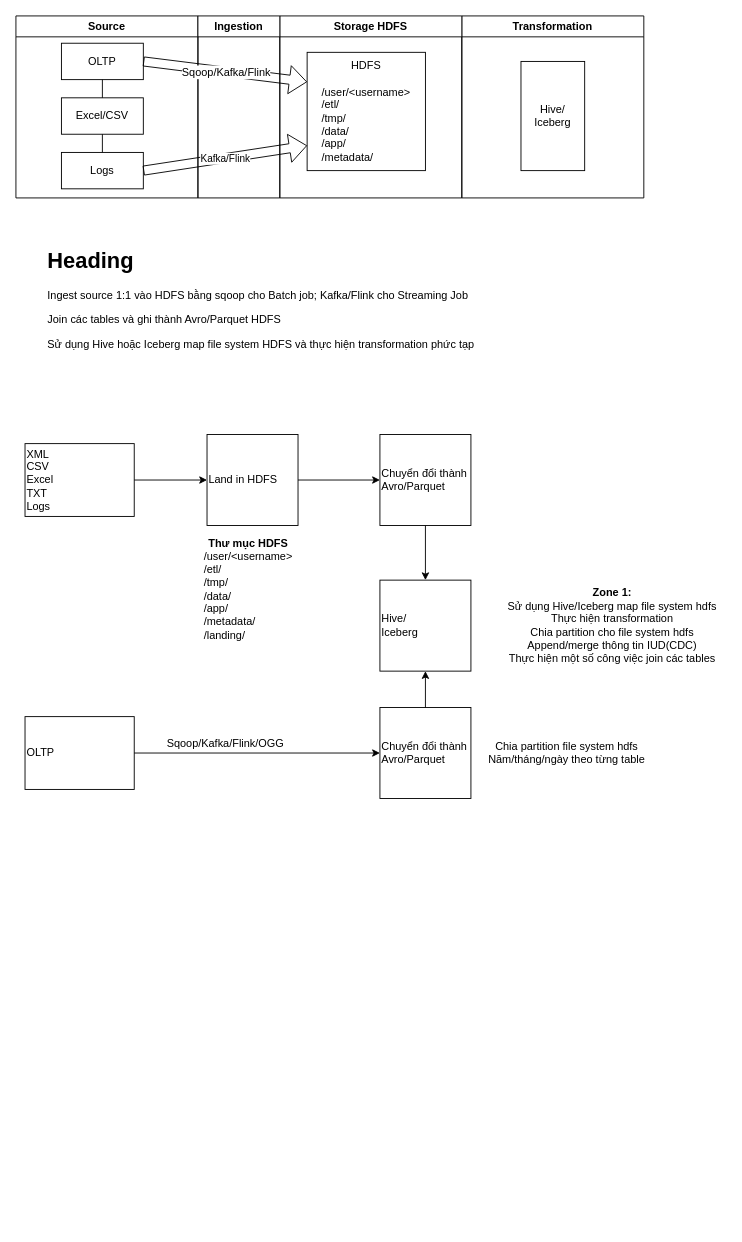
Before: page "Page-2" (2 of 2) of Untitled Diagram.drawio in uyennt01/Project1, a draw.io diagram. Source tidied: cells renumbered, new cells numbered last; positions are measured from the earlier drawing's top-left corner, leaving out a move shared by most shapes. Both pictures are drawn from the tidied source at 91%, with x=0, y=0 at pixel (15, 15).
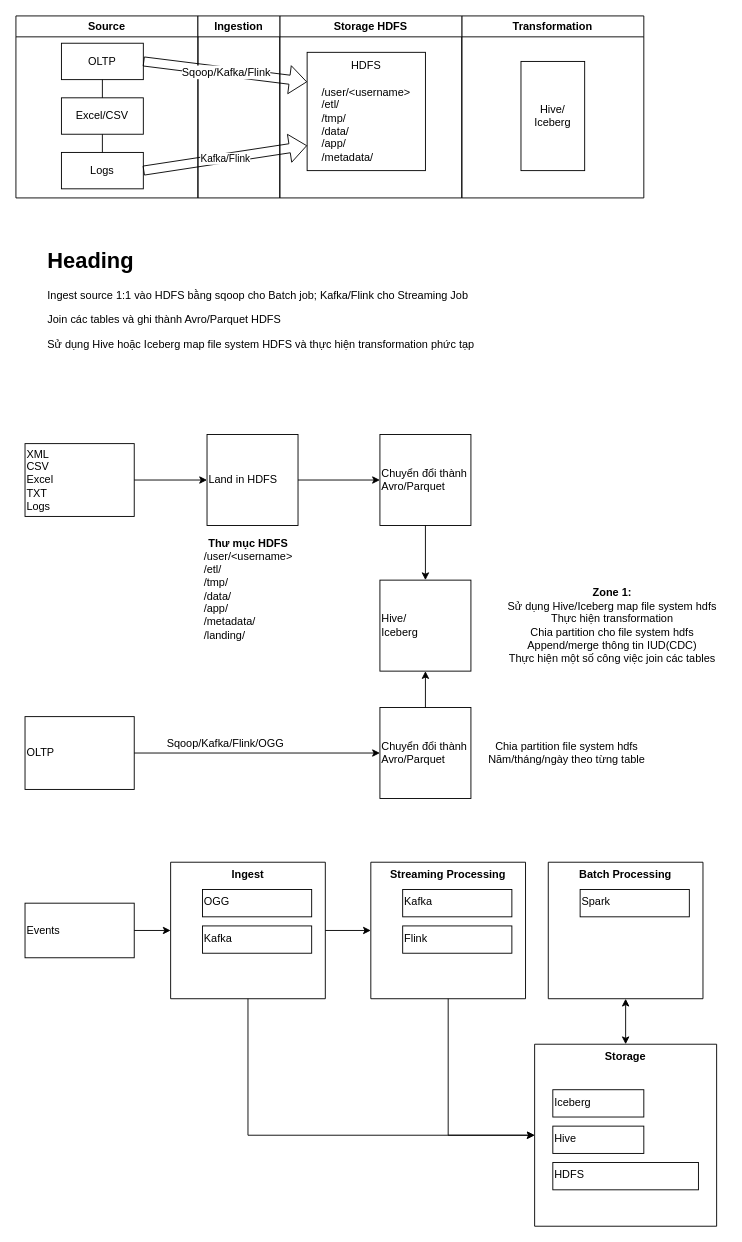
The same page after the edit.

What changed in the source:
```diff
@@
+    <mxCell id="33" value="Events" style="rounded=0;whiteSpace=wrap;html=1;fontFamily=Helvetica;fontSize=12;align=left;" parent="1" vertex="1">
+      <mxGeometry x="10" y="975" width="120" height="60" as="geometry" />
+    </mxCell>
+    <mxCell id="34" value="Ingest" style="swimlane;startSize=0;fontFamily=Helvetica;fontSize=12;align=center;verticalAlign=top;" parent="1" vertex="1">
+      <mxGeometry x="170" y="930" width="170" height="150" as="geometry" />
+    </mxCell>
+    <mxCell id="35" value="Kafka" style="rounded=0;whiteSpace=wrap;html=1;fontFamily=Helvetica;fontSize=12;align=left;verticalAlign=top;" parent="34" vertex="1">
+      <mxGeometry x="35" y="70" width="120" height="30" as="geometry" />
+    </mxCell>
+    <mxCell id="36" value="OGG" style="rounded=0;whiteSpace=wrap;html=1;fontFamily=Helvetica;fontSize=12;align=left;verticalAlign=top;" parent="34" vertex="1">
+      <mxGeometry x="35" y="30" width="120" height="30" as="geometry" />
+    </mxCell>
+    <mxCell id="37" style="endArrow=classic;html=1;rounded=0;fontFamily=Helvetica;fontSize=12;strokeColor=default;strokeWidth=1;exitX=1;exitY=0.5;exitDx=0;exitDy=0;entryX=0;entryY=0.5;entryDx=0;entryDy=0;" parent="1" edge="1" source="33" target="34">
+      <mxGeometry relative="1" as="geometry" />
+    </mxCell>
+    <mxCell id="38" value="Streaming Processing" style="swimlane;startSize=0;fontFamily=Helvetica;fontSize=12;align=center;verticalAlign=top;" parent="1" vertex="1">
+      <mxGeometry x="390" y="930" width="170" height="150" as="geometry" />
+    </mxCell>
+    <mxCell id="39" value="Flink" style="rounded=0;whiteSpace=wrap;html=1;fontFamily=Helvetica;fontSize=12;align=left;verticalAlign=top;" parent="38" vertex="1">
+      <mxGeometry x="35" y="70" width="120" height="30" as="geometry" />
+    </mxCell>
+    <mxCell id="40" value="Kafka" style="rounded=0;whiteSpace=wrap;html=1;fontFamily=Helvetica;fontSize=12;align=left;verticalAlign=top;" parent="38" vertex="1">
+      <mxGeometry x="35" y="30" width="120" height="30" as="geometry" />
+    </mxCell>
+    <mxCell id="41" style="endArrow=classic;html=1;rounded=0;fontFamily=Helvetica;fontSize=12;strokeColor=default;strokeWidth=1;exitX=1;exitY=0.5;exitDx=0;exitDy=0;" parent="1" edge="1" source="34" target="38">
+      <mxGeometry relative="1" as="geometry" />
+    </mxCell>
+    <mxCell id="42" value="Storage" style="swimlane;startSize=0;fontFamily=Helvetica;fontSize=12;align=center;verticalAlign=top;" parent="1" vertex="1">
+      <mxGeometry x="570" y="1130" width="200" height="200" as="geometry" />
+    </mxCell>
+    <mxCell id="43" value="Iceberg" style="rounded=0;whiteSpace=wrap;html=1;fontFamily=Helvetica;fontSize=12;align=left;verticalAlign=top;" parent="42" vertex="1">
+      <mxGeometry x="20" y="50" width="100" height="30" as="geometry" />
+    </mxCell>
+    <mxCell id="44" value="HDFS" style="rounded=0;whiteSpace=wrap;html=1;fontFamily=Helvetica;fontSize=12;align=left;verticalAlign=top;" parent="42" vertex="1">
+      <mxGeometry x="20" y="130" width="160" height="30" as="geometry" />
+    </mxCell>
+    <mxCell id="45" value="Hive" style="rounded=0;whiteSpace=wrap;html=1;fontFamily=Helvetica;fontSize=12;align=left;verticalAlign=top;" parent="42" vertex="1">
+      <mxGeometry x="20" y="90" width="100" height="30" as="geometry" />
+    </mxCell>
+    <mxCell id="46" style="endArrow=classic;html=1;rounded=0;fontFamily=Helvetica;fontSize=12;strokeColor=default;strokeWidth=1;exitX=0.5;exitY=1;exitDx=0;exitDy=0;entryX=0;entryY=0.5;entryDx=0;entryDy=0;" parent="1" edge="1" source="34" target="42">
+      <mxGeometry relative="1" as="geometry">
+        <Array as="points">
+          <mxPoint x="255" y="1230" />
+        </Array>
+      </mxGeometry>
+    </mxCell>
+    <mxCell id="47" style="endArrow=classic;html=1;rounded=0;fontFamily=Helvetica;fontSize=12;strokeColor=default;strokeWidth=1;exitX=0.5;exitY=1;exitDx=0;exitDy=0;" parent="1" edge="1" source="38" target="42">
+      <mxGeometry relative="1" as="geometry">
+        <Array as="points">
+          <mxPoint x="475" y="1230" />
+        </Array>
+      </mxGeometry>
+    </mxCell>
+    <mxCell id="48" value="Batch Processing" style="swimlane;startSize=0;fontFamily=Helvetica;fontSize=12;align=center;verticalAlign=top;" parent="1" vertex="1">
+      <mxGeometry x="585" y="930" width="170" height="150" as="geometry" />
+    </mxCell>
+    <mxCell id="49" value="Spark" style="rounded=0;whiteSpace=wrap;html=1;fontFamily=Helvetica;fontSize=12;align=left;verticalAlign=top;" parent="48" vertex="1">
+      <mxGeometry x="35" y="30" width="120" height="30" as="geometry" />
+    </mxCell>
+    <mxCell id="50" style="endArrow=classic;startArrow=classic;html=1;rounded=0;fontFamily=Helvetica;fontSize=12;strokeColor=default;strokeWidth=1;entryX=0.5;entryY=1;entryDx=0;entryDy=0;" parent="1" edge="1" source="42" target="48">
+      <mxGeometry relative="1" as="geometry" />
+    </mxCell>
```
